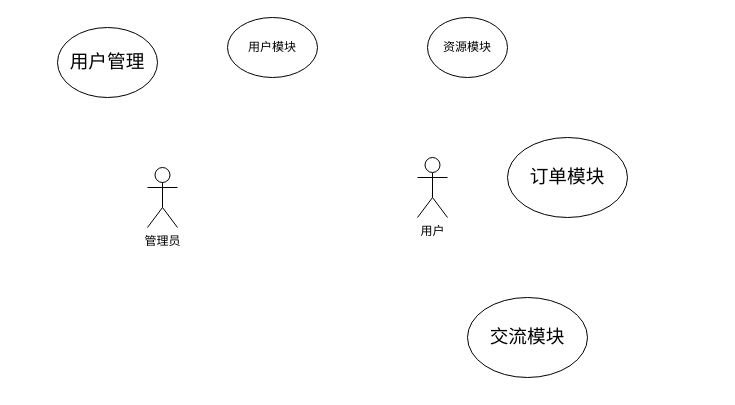
Earlier version of the draw.io diagram 毕设/资源共享-用例图.drawio (xiaoguokf/draw.io). Source tidied: cells renumbered, new cells numbered last; positions are measured from the earlier drawing's top-left corner, leaving out a move shared by most shapes. Both pictures are drawn from the tidied source at 100%, with x=0, y=0 at pixel (57, 17).
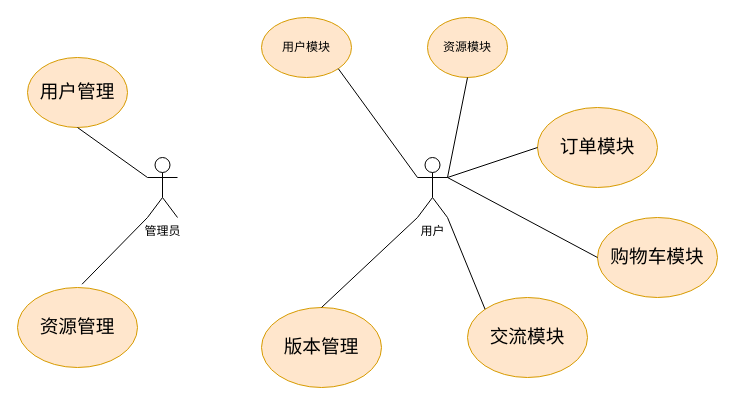
After the change.

Commit message (it also covers changes not shown here):
更新资源共享-用例图.drawio

The change refers to these unchanged cells:
```xml
<mxCell id="3" value="用户" style="shape=umlActor;verticalLabelPosition=bottom;verticalAlign=top;html=1;outlineConnect=0;" parent="1" vertex="1">
  <mxGeometry x="360" y="140" width="30" height="60" as="geometry" />
</mxCell>
```

Change to the diagram source:
```diff
@@
     <mxCell id="2" value="管理员" style="shape=umlActor;verticalLabelPosition=bottom;verticalAlign=top;html=1;outlineConnect=0;" parent="1" vertex="1">
-      <mxGeometry x="90" y="150" width="30" height="60" as="geometry" />
+      <mxGeometry x="90" y="140" width="30" height="60" as="geometry" />
     </mxCell>
@@
-    <mxCell id="4" value="用户模块" style="ellipse;whiteSpace=wrap;html=1;" parent="1" vertex="1">
-      <mxGeometry x="170" width="90" height="60" as="geometry" />
+    <mxCell id="4" value="用户模块" style="ellipse;whiteSpace=wrap;html=1;fillColor=#ffe6cc;strokeColor=#d79b00;" parent="1" vertex="1">
+      <mxGeometry x="204" width="90" height="60" as="geometry" />
     </mxCell>
-    <mxCell id="5" value="资源模块" style="ellipse;whiteSpace=wrap;html=1;" parent="1" vertex="1">
+    <mxCell id="5" value="资源模块" style="ellipse;whiteSpace=wrap;html=1;fillColor=#ffe6cc;strokeColor=#d79b00;" parent="1" vertex="1">
       <mxGeometry x="370" width="80" height="60" as="geometry" />
     </mxCell>
-    <mxCell id="6" value="&lt;span style=&quot;font-size: 14pt; font-family: 黑体;&quot;&gt;订单模块&lt;/span&gt;" style="ellipse;whiteSpace=wrap;html=1;" parent="1" vertex="1">
-      <mxGeometry x="450" y="120" width="120" height="80" as="geometry" />
+    <mxCell id="6" value="&lt;span style=&quot;font-size: 14pt; font-family: 黑体;&quot;&gt;订单模块&lt;/span&gt;" style="ellipse;whiteSpace=wrap;html=1;fillColor=#ffe6cc;strokeColor=#d79b00;" parent="1" vertex="1">
+      <mxGeometry x="480" y="90" width="120" height="80" as="geometry" />
     </mxCell>
-    <mxCell id="7" value="&lt;span style=&quot;font-size: 14pt; font-family: 黑体;&quot;&gt;交流模块&lt;/span&gt;" style="ellipse;whiteSpace=wrap;html=1;" parent="1" vertex="1">
+    <mxCell id="7" value="&lt;span style=&quot;font-size: 14pt; font-family: 黑体;&quot;&gt;交流模块&lt;/span&gt;" style="ellipse;whiteSpace=wrap;html=1;fillColor=#ffe6cc;strokeColor=#d79b00;" parent="1" vertex="1">
       <mxGeometry x="410" y="280" width="120" height="80" as="geometry" />
     </mxCell>
-    <mxCell id="8" value="&lt;span style=&quot;font-size: 14pt; font-family: 黑体;&quot;&gt;用户管理&lt;/span&gt;" style="ellipse;whiteSpace=wrap;html=1;" parent="1" vertex="1">
-      <mxGeometry y="10" width="100" height="70" as="geometry" />
+    <mxCell id="8" value="&lt;span style=&quot;font-size: 14pt; font-family: 黑体;&quot;&gt;用户管理&lt;/span&gt;" style="ellipse;whiteSpace=wrap;html=1;fillColor=#ffe6cc;strokeColor=#d79b00;" parent="1" vertex="1">
+      <mxGeometry x="-30" y="40" width="100" height="70" as="geometry" />
     </mxCell>
+    <mxCell id="9" value="&lt;p class=&quot;MsoNormal&quot;&gt;&lt;span style=&quot;font-size: 14pt; font-family: 黑体;&quot;&gt;资源管理&lt;span lang=&quot;EN-US&quot;&gt;&lt;/span&gt;&lt;/span&gt;&lt;/p&gt;" style="ellipse;whiteSpace=wrap;html=1;fillColor=#ffe6cc;strokeColor=#d79b00;" parent="1" vertex="1">
+      <mxGeometry x="-40" y="270" width="120" height="80" as="geometry" />
+    </mxCell>
+    <mxCell id="10" value="&lt;span style=&quot;font-size: 14pt; font-family: 黑体;&quot;&gt;版本管理&lt;/span&gt;" style="ellipse;whiteSpace=wrap;html=1;fillColor=#ffe6cc;strokeColor=#d79b00;" parent="1" vertex="1">
+      <mxGeometry x="204" y="290" width="120" height="80" as="geometry" />
+    </mxCell>
+    <mxCell id="11" value="&lt;span style=&quot;font-size: 14pt; font-family: 黑体;&quot;&gt;购物车模块&lt;/span&gt;" style="ellipse;whiteSpace=wrap;html=1;fillColor=#ffe6cc;strokeColor=#d79b00;" parent="1" vertex="1">
+      <mxGeometry x="540" y="200" width="120" height="80" as="geometry" />
+    </mxCell>
+    <mxCell id="12" style="endArrow=none;html=1;rounded=0;exitX=0.538;exitY=-0.041;exitDx=0;exitDy=0;exitPerimeter=0;entryX=0;entryY=1;entryDx=0;entryDy=0;entryPerimeter=0;" parent="1" edge="1" source="9" target="2">
+      <mxGeometry relative="1" as="geometry" />
+    </mxCell>
+    <mxCell id="13" style="endArrow=none;html=1;rounded=0;exitX=0;exitY=0.3333333333333333;exitDx=0;exitDy=0;exitPerimeter=0;entryX=0.5;entryY=1;entryDx=0;entryDy=0;" parent="1" edge="1" source="2" target="8">
+      <mxGeometry relative="1" as="geometry" />
+    </mxCell>
+    <mxCell id="14" style="endArrow=none;html=1;rounded=0;exitX=0.5;exitY=0;exitDx=0;exitDy=0;entryX=0;entryY=1;entryDx=0;entryDy=0;entryPerimeter=0;" parent="1" edge="1" source="10" target="3">
+      <mxGeometry relative="1" as="geometry" />
+    </mxCell>
+    <mxCell id="15" style="endArrow=none;html=1;rounded=0;exitX=0;exitY=0;exitDx=0;exitDy=0;entryX=1;entryY=1;entryDx=0;entryDy=0;entryPerimeter=0;" parent="1" edge="1" source="7" target="3">
+      <mxGeometry relative="1" as="geometry" />
+    </mxCell>
+    <mxCell id="16" style="endArrow=none;html=1;rounded=0;exitX=0;exitY=0.3333333333333333;exitDx=0;exitDy=0;exitPerimeter=0;entryX=1;entryY=1;entryDx=0;entryDy=0;" parent="1" edge="1" source="3" target="4">
+      <mxGeometry relative="1" as="geometry" />
+    </mxCell>
+    <mxCell id="17" style="endArrow=none;html=1;rounded=0;exitX=1;exitY=0.3333333333333333;exitDx=0;exitDy=0;exitPerimeter=0;entryX=0.5;entryY=1;entryDx=0;entryDy=0;" parent="1" edge="1" source="3" target="5">
+      <mxGeometry relative="1" as="geometry" />
+    </mxCell>
+    <mxCell id="18" style="endArrow=none;html=1;rounded=0;entryX=0;entryY=0.5;entryDx=0;entryDy=0;" parent="1" edge="1" target="6">
+      <mxGeometry relative="1" as="geometry">
+        <mxPoint x="390" y="160" as="sourcePoint" />
+      </mxGeometry>
+    </mxCell>
+    <mxCell id="19" style="endArrow=none;html=1;rounded=0;exitX=1;exitY=0.3333333333333333;exitDx=0;exitDy=0;exitPerimeter=0;entryX=0;entryY=0.5;entryDx=0;entryDy=0;" parent="1" edge="1" source="3" target="11">
+      <mxGeometry relative="1" as="geometry" />
+    </mxCell>
```
